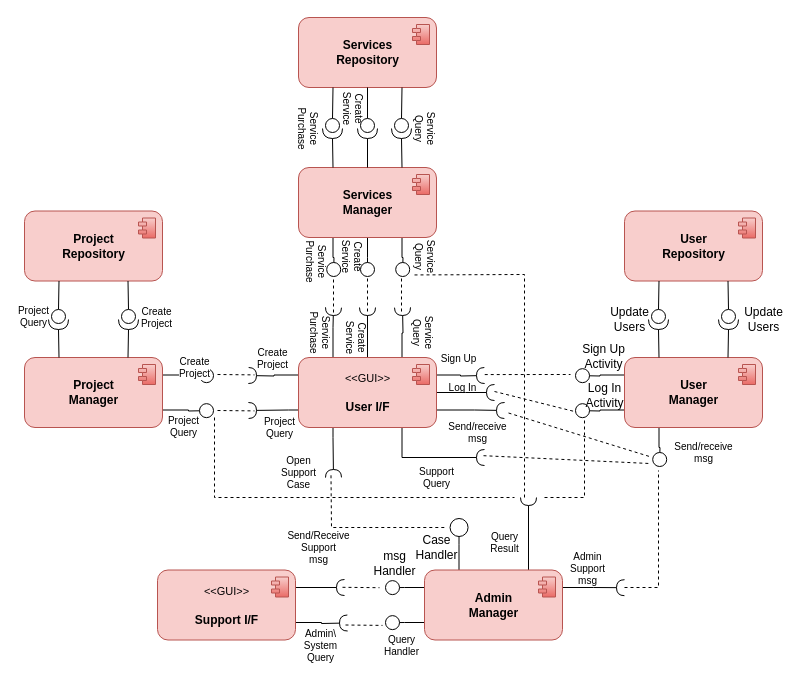
Itaybarbar/myProject keeps this draw.io diagram as page "Component Diagram" (3 of 4) of SAD Diagrams.drawio. Above is the earlier version. Source tidied: cells renumbered, new cells numbered last; positions are measured from the earlier drawing's top-left corner, leaving out a move shared by most shapes. Both pictures are drawn from the tidied source at 100%, with x=0, y=0 at pixel (24, 17).
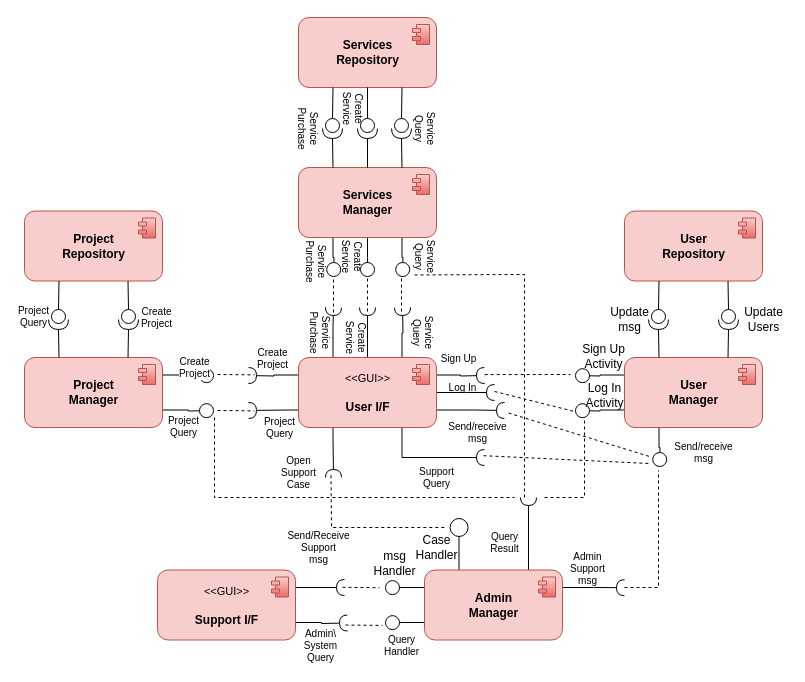
The same diagram, later.

What changed in the source:
```diff
@@
-    <mxCell id="109" value="Update&lt;br&gt;Users" style="text;html=1;align=center;verticalAlign=middle;strokeColor=none;fillColor=none;" parent="1" vertex="1">
+    <mxCell id="109" value="Update&lt;br&gt;msg" style="text;html=1;align=center;verticalAlign=middle;strokeColor=none;fillColor=none;" parent="1" vertex="1">
       <mxGeometry x="580" y="287" width="50" height="30" as="geometry" />
     </mxCell>
```
